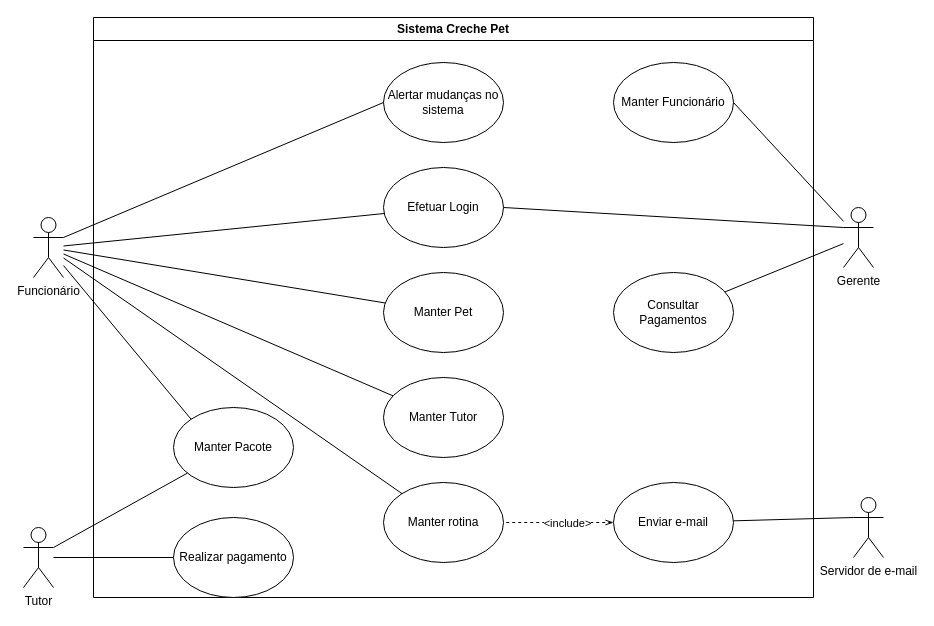
Earlier version of the draw.io diagram documentacao/caso_de_uso.drawio (MichellyNonatto/Coragem). Source tidied: cells renumbered, new cells numbered last; positions are measured from the earlier drawing's top-left corner, leaving out a move shared by most shapes. Both pictures are drawn from the tidied source at 100%, with x=0, y=0 at pixel (23, 17).
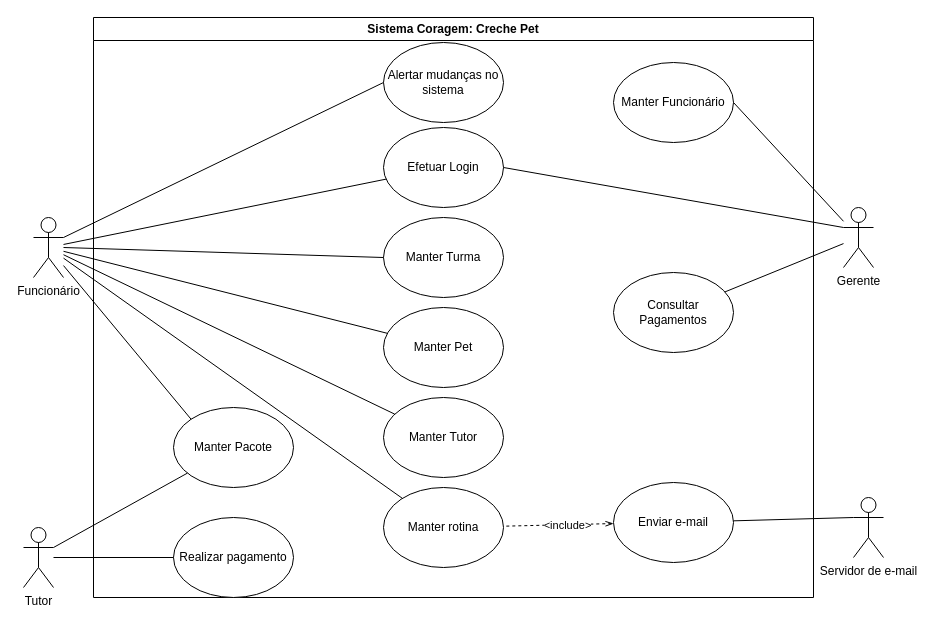
The same page after the edit.

Commit message (it also covers changes not shown here):
Manter Turma no caso de uso

The edit, as a diff of the source:
```diff
@@
-    <mxCell id="2" value="Sistema Creche Pet" style="swimlane;whiteSpace=wrap;html=1;" parent="1" vertex="1">
+    <mxCell id="2" value="Sistema Coragem: Creche Pet" style="swimlane;whiteSpace=wrap;html=1;" parent="1" vertex="1">
       <mxGeometry x="70" width="720" height="580" as="geometry" />
     </mxCell>
     <mxCell id="3" value="Efetuar Login" style="ellipse;whiteSpace=wrap;html=1;" parent="2" vertex="1">
-      <mxGeometry x="290" y="150" width="120" height="80" as="geometry" />
+      <mxGeometry x="290" y="110" width="120" height="80" as="geometry" />
     </mxCell>
     <mxCell id="4" value="Alertar mudanças no sistema" style="ellipse;whiteSpace=wrap;html=1;" parent="2" vertex="1">
-      <mxGeometry x="290" y="45" width="120" height="80" as="geometry" />
+      <mxGeometry x="290" y="25" width="120" height="80" as="geometry" />
     </mxCell>
@@
     <mxCell id="6" value="Manter&amp;nbsp;Tutor" style="ellipse;whiteSpace=wrap;html=1;" parent="2" vertex="1">
-      <mxGeometry x="290" y="360" width="120" height="80" as="geometry" />
+      <mxGeometry x="290" y="380" width="120" height="80" as="geometry" />
     </mxCell>
@@
     <mxCell id="9" value="Manter rotina" style="ellipse;whiteSpace=wrap;html=1;" parent="2" vertex="1">
-      <mxGeometry x="290" y="465" width="120" height="80" as="geometry" />
+      <mxGeometry x="290" y="470" width="120" height="80" as="geometry" />
     </mxCell>
@@
     <mxCell id="13" value="Manter&amp;nbsp;Pet" style="ellipse;whiteSpace=wrap;html=1;" parent="2" vertex="1">
-      <mxGeometry x="290" y="255" width="120" height="80" as="geometry" />
+      <mxGeometry x="290" y="290" width="120" height="80" as="geometry" />
     </mxCell>
@@
+    <mxCell id="31" value="Manter Turma" style="ellipse;whiteSpace=wrap;html=1;" parent="2" vertex="1">
+      <mxGeometry x="290" y="200" width="120" height="80" as="geometry" />
+    </mxCell>
+    <mxCell id="32" style="endArrow=none;html=1;rounded=0;entryX=0;entryY=0.5;entryDx=0;entryDy=0;" parent="2" edge="1" target="31">
+      <mxGeometry relative="1" as="geometry">
+        <mxPoint x="-30" y="230" as="sourcePoint" />
+      </mxGeometry>
+    </mxCell>
```
